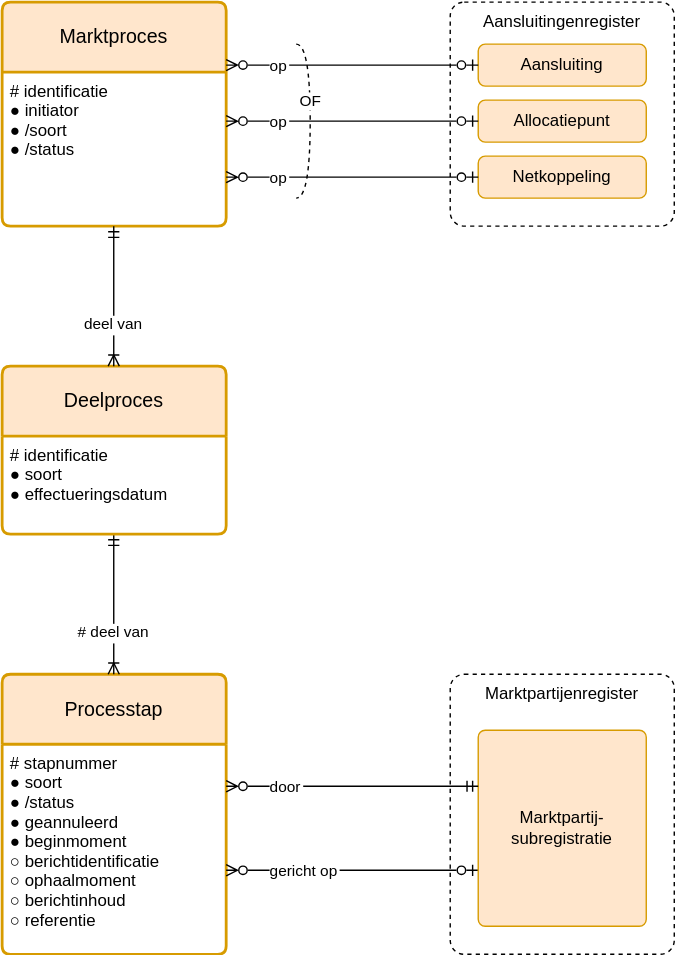
Netbeheer-Nederland/stelsel keeps this draw.io diagram as registers/marktprocesregister/1.0/marktprocesregister.drawio.svg. Above is the earlier version. Source tidied: cells renumbered, new cells last; positions are measured from the earlier drawing's top-left corner, leaving out a move shared by most shapes.
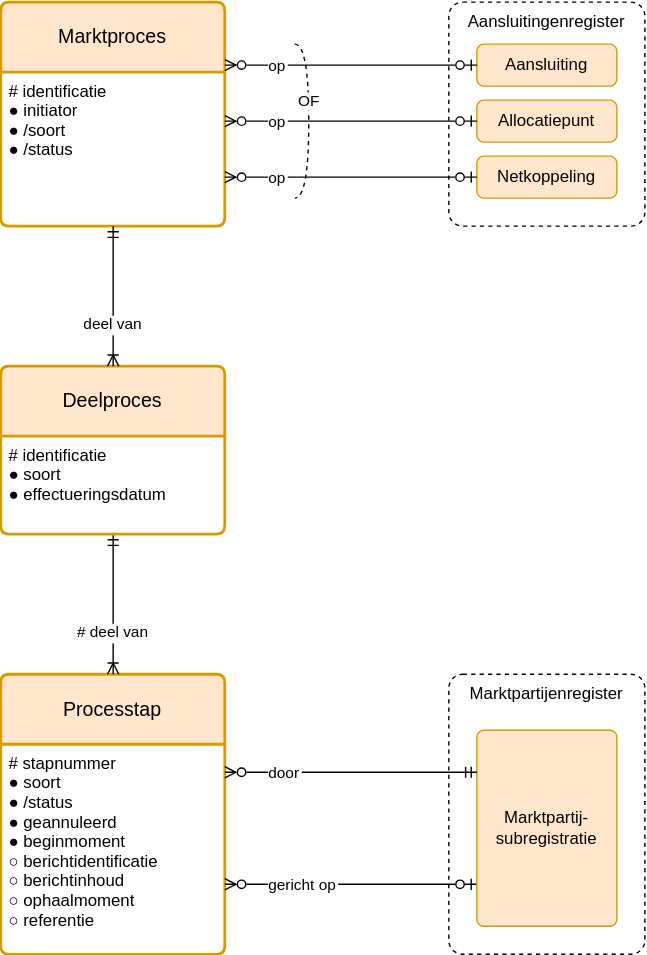
Later version of the same file.

Change to the diagram source:
```diff
@@ -3,7 +3,7 @@
     <mxCell id="0" />
     <mxCell id="1" parent="0" />
     <mxCell id="2" value="Marktpartijenregister" style="rounded=1;whiteSpace=wrap;absoluteArcSize=1;dashed=1;fillColor=default;verticalAlign=top;spacingLeft=10;spacingRight=10;" parent="1" vertex="1">
-      <mxGeometry x="320" y="480" width="160" height="200" as="geometry" />
+      <mxGeometry x="320" y="480" width="140" height="200" as="geometry" />
     </mxCell>
     <mxCell id="3" value="Marktproces" style="swimlane;horizontal=1;startSize=50;rounded=1;fontSize=14;fontStyle=0;strokeWidth=2;shadow=0;dashed=0;align=center;arcSize=4;whiteSpace=wrap;spacing=10;fillColor=#ffe6cc;strokeColor=#d79b00;" parent="1" vertex="1">
       <mxGeometry width="160" height="160" as="geometry" />
@@ -14,7 +14,7 @@
     <mxCell id="5" value="Processtap" style="swimlane;horizontal=1;startSize=50;rounded=1;fontSize=14;fontStyle=0;strokeWidth=2;shadow=0;dashed=0;align=center;arcSize=4;whiteSpace=wrap;spacing=10;fillColor=#ffe6cc;strokeColor=#d79b00;" parent="1" vertex="1">
       <mxGeometry y="480" width="160" height="200" as="geometry" />
     </mxCell>
-    <mxCell id="6" value="# stapnummer&#10;● soort&#10;● /status&#10;● geannuleerd&#10;● beginmoment&#10;○ berichtidentificatie&#10;○ ophaalmoment&#10;○ berichtinhoud&#10;○ referentie" style="align=left;strokeColor=none;fillColor=none;spacingLeft=4;fontSize=12;verticalAlign=top;" parent="5" vertex="1">
+    <mxCell id="6" value="# stapnummer&#10;● soort&#10;● /status&#10;● geannuleerd&#10;● beginmoment&#10;○ berichtidentificatie&#10;○ berichtinhoud&#10;○ ophaalmoment&#10;○ referentie" style="align=left;strokeColor=none;fillColor=none;spacingLeft=4;fontSize=12;verticalAlign=top;" parent="5" vertex="1">
       <mxGeometry y="50" width="160" height="150" as="geometry" />
     </mxCell>
     <mxCell id="7" value="# deel van" style="endArrow=ERmandOne;edgeStyle=elbowEdgeStyle;endFill=0;startArrow=ERoneToMany;startFill=0;align=center;" parent="1" edge="1" source="5" target="8">
@@ -32,31 +32,31 @@
     <mxCell id="11" value="gericht op" style="endArrow=ERzeroToOne;edgeStyle=elbowEdgeStyle;endFill=0;startArrow=ERzeroToMany;startFill=0;align=left;elbow=vertical;" parent="1" edge="1" source="5" target="12">
       <mxGeometry x="-0.67" relative="1" as="geometry">
         <Array as="points">
-          <mxPoint x="250" y="620" />
+          <mxPoint x="250" y="630" />
         </Array>
       </mxGeometry>
     </mxCell>
     <mxCell id="12" value="Marktpartij-subregistratie" style="rounded=1;arcSize=10;whiteSpace=wrap;align=center;absoluteArcSize=1;spacing=10;fillColor=#ffe6cc;strokeColor=#d79b00;" parent="1" vertex="1">
-      <mxGeometry x="340" y="520" width="120" height="140" as="geometry" />
+      <mxGeometry x="340" y="520" width="100" height="140" as="geometry" />
     </mxCell>
     <mxCell id="13" value="door" style="endArrow=ERmandOne;edgeStyle=elbowEdgeStyle;endFill=0;startArrow=ERzeroToMany;startFill=0;align=left;elbow=vertical;" parent="1" edge="1" source="5" target="12">
       <mxGeometry x="-0.67" relative="1" as="geometry">
         <Array as="points">
-          <mxPoint x="250" y="560" />
+          <mxPoint x="250" y="550" />
         </Array>
       </mxGeometry>
     </mxCell>
     <mxCell id="14" value="Aansluitingenregister" style="rounded=1;whiteSpace=wrap;absoluteArcSize=1;dashed=1;fillColor=default;verticalAlign=top;spacingLeft=10;spacingRight=10;" parent="1" vertex="1">
-      <mxGeometry x="320" width="160" height="160" as="geometry" />
+      <mxGeometry x="320" width="140" height="160" as="geometry" />
     </mxCell>
     <mxCell id="15" value="Aansluiting" style="rounded=1;arcSize=10;whiteSpace=wrap;align=center;absoluteArcSize=1;spacing=10;fillColor=#ffe6cc;strokeColor=#d79b00;" parent="1" vertex="1">
-      <mxGeometry x="340" y="30" width="120" height="30" as="geometry" />
+      <mxGeometry x="340" y="30" width="100" height="30" as="geometry" />
     </mxCell>
     <mxCell id="16" value="Allocatiepunt" style="rounded=1;arcSize=10;whiteSpace=wrap;align=center;absoluteArcSize=1;spacing=10;fillColor=#ffe6cc;strokeColor=#d79b00;" parent="1" vertex="1">
-      <mxGeometry x="340" y="70" width="120" height="30" as="geometry" />
+      <mxGeometry x="340" y="70" width="100" height="30" as="geometry" />
     </mxCell>
     <mxCell id="17" value="Netkoppeling" style="rounded=1;arcSize=10;whiteSpace=wrap;align=center;absoluteArcSize=1;spacing=10;fillColor=#ffe6cc;strokeColor=#d79b00;" parent="1" vertex="1">
-      <mxGeometry x="340" y="110" width="120" height="30" as="geometry" />
+      <mxGeometry x="340" y="110" width="100" height="30" as="geometry" />
     </mxCell>
     <mxCell id="18" value="op" style="endArrow=ERzeroToOne;edgeStyle=elbowEdgeStyle;endFill=0;startArrow=ERzeroToMany;startFill=0;align=left;elbow=vertical;" parent="1" edge="1" source="3" target="15">
       <mxGeometry x="-0.67" relative="1" as="geometry" />
```
